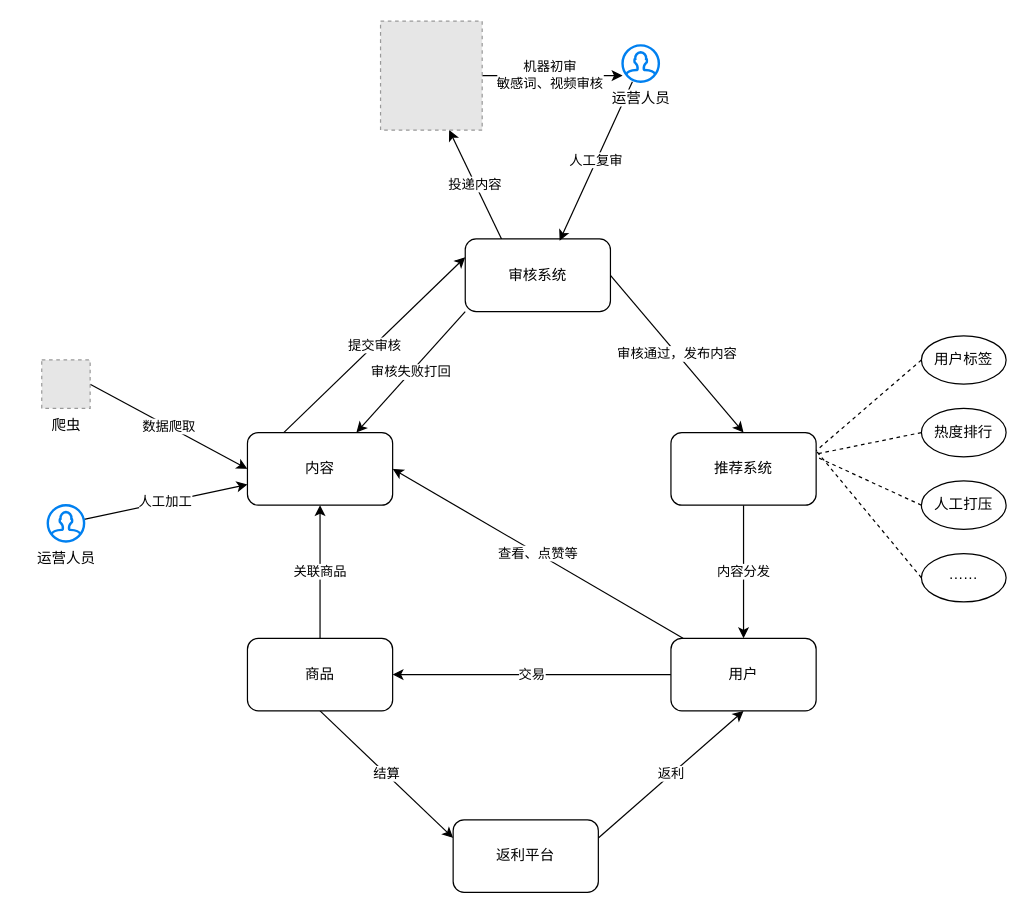
Above: 消费号.drawio in pekah/Draw (draw.io), before the change. Source tidied: cells renumbered, new cells numbered last; positions are measured from the earlier drawing's top-left corner, leaving out a move shared by most shapes. Both pictures are drawn from the tidied source at 121%, with x=0, y=0 at pixel (41, 21). Pictures stored in the file or linked from it are replaced by grey dashed boxes.
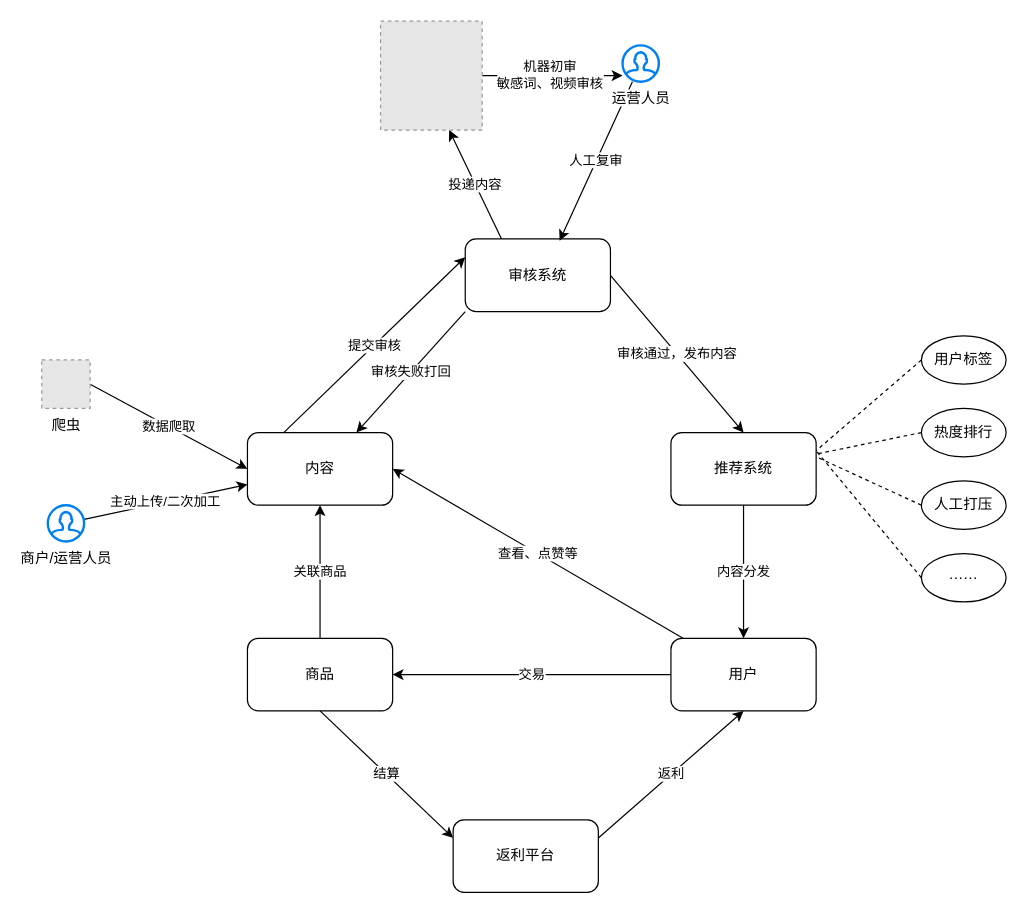
The same page after the edit.

Commit message:
更新消费号.drawio

Unchanged cells that the change refers to:
```xml
<mxCell id="3" value="内容" style="rounded=1;whiteSpace=wrap;html=1;" parent="1" vertex="1">
  <mxGeometry x="170" y="340" width="120" height="60" as="geometry" />
</mxCell>
```

The edit, as a diff of the source:
```diff
@@
-    <mxCell id="20" value="人工加工" style="edgeStyle=none;rounded=0;jettySize=auto;html=1;" parent="1" edge="1" source="21" target="3">
+    <mxCell id="20" value="主动上传/二次加工" style="edgeStyle=none;rounded=0;jettySize=auto;html=1;" parent="1" edge="1" source="21" target="3">
       <mxGeometry relative="1" as="geometry" />
     </mxCell>
-    <mxCell id="21" value="运营人员" style="html=1;verticalLabelPosition=bottom;align=center;labelBackgroundColor=#ffffff;verticalAlign=top;strokeWidth=2;strokeColor=#0080F0;shadow=0;dashed=0;shape=mxgraph.ios7.icons.user;" parent="1" vertex="1">
+    <mxCell id="21" value="商户/运营人员" style="html=1;verticalLabelPosition=bottom;align=center;labelBackgroundColor=#ffffff;verticalAlign=top;strokeWidth=2;strokeColor=#0080F0;shadow=0;dashed=0;shape=mxgraph.ios7.icons.user;" parent="1" vertex="1">
       <mxGeometry x="5" y="400" width="30" height="30" as="geometry" />
     </mxCell>
```
